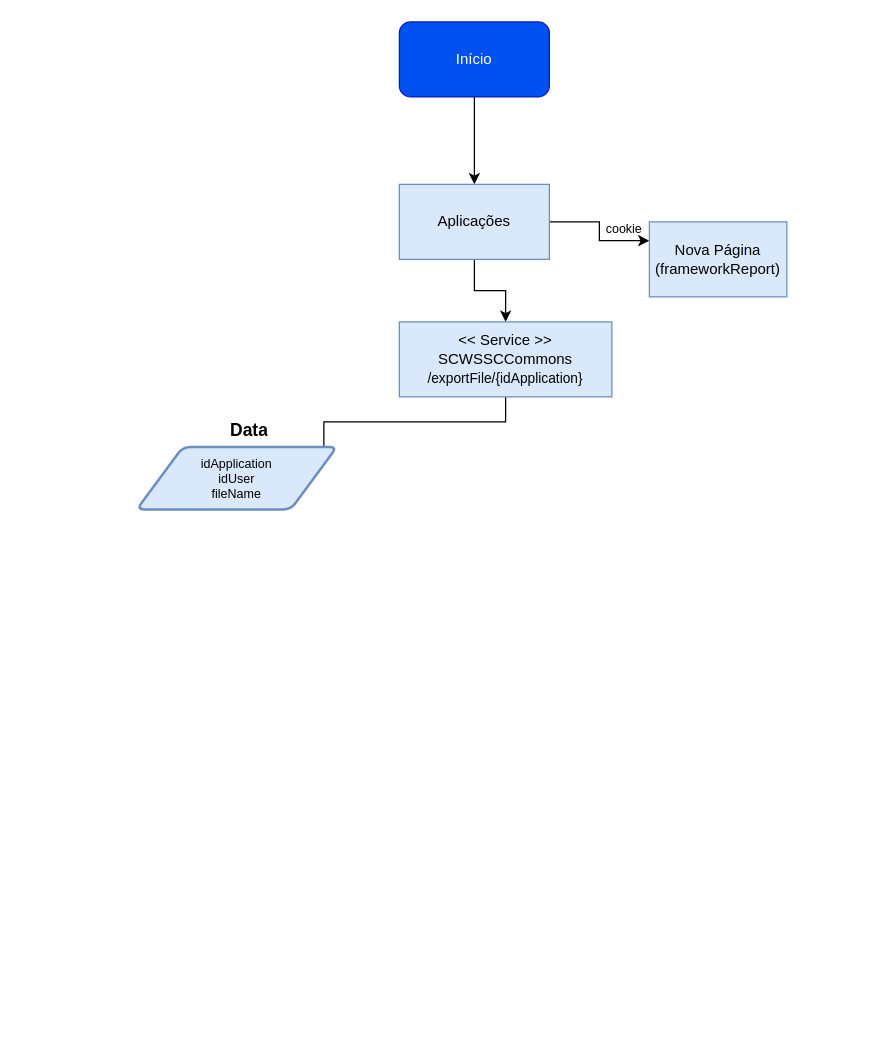
Above: Diagrama sem nome.drawio in deviniciuss/AndroidHistory (draw.io), before the change. Source tidied: cells renumbered, new cells numbered last; positions are measured from the earlier drawing's top-left corner, leaving out a move shared by most shapes. Both pictures are drawn from the tidied source at 125%, with x=0, y=0 at pixel (136, 21).
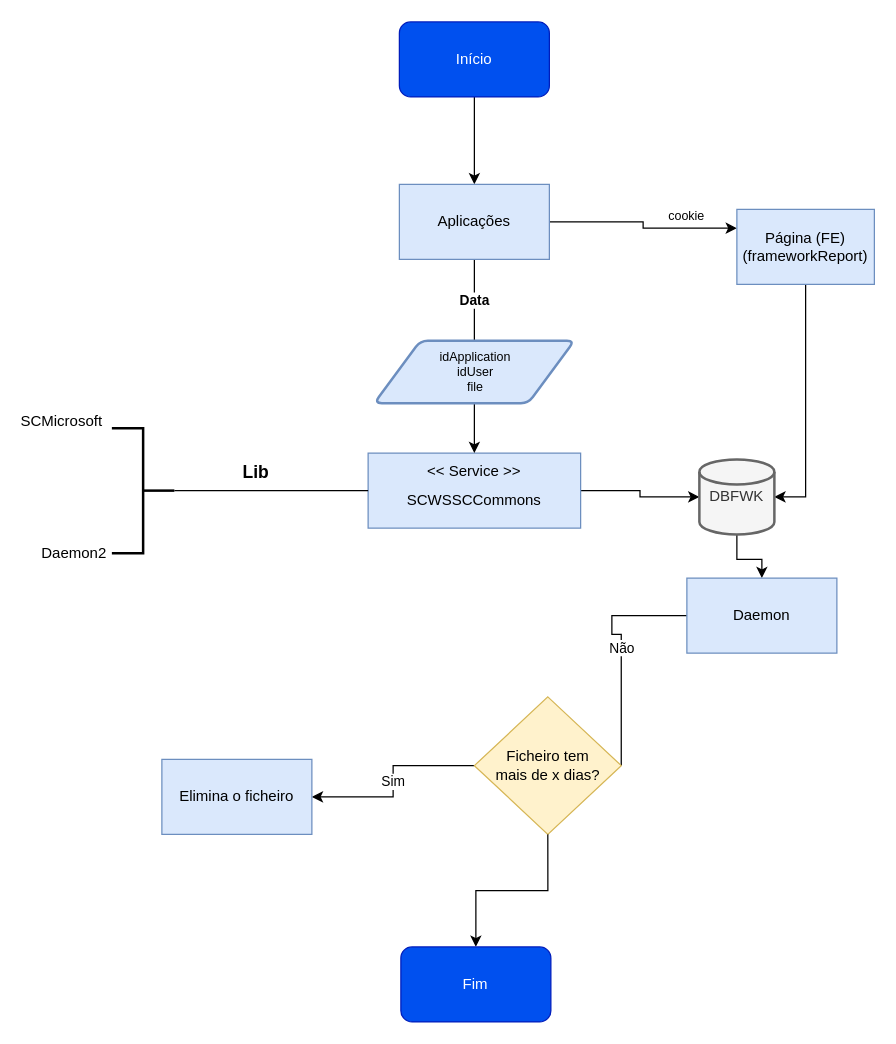
The same page after the edit.

The change refers to these unchanged cells:
```xml
<mxCell id="6" value="Aplicações&lt;br&gt;" style="rounded=0;whiteSpace=wrap;html=1;fillColor=#dae8fc;strokeColor=#6c8ebf;" parent="1" vertex="1">
  <mxGeometry x="210" y="130" width="120" height="60" as="geometry" />
</mxCell>
```

Change to the diagram source:
```diff
@@
-    <mxCell id="4" style="edgeStyle=orthogonalEdgeStyle;rounded=0;jettySize=auto;html=1;" parent="1" edge="1" source="6" target="8">
-      <mxGeometry relative="1" as="geometry" />
-    </mxCell>
@@
+    <mxCell id="14" value="&lt;b&gt;Data&lt;/b&gt;" style="edgeStyle=orthogonalEdgeStyle;rounded=0;jettySize=auto;html=1;exitX=0.5;exitY=1;exitDx=0;exitDy=0;entryX=0.5;entryY=0;entryDx=0;entryDy=0;endArrow=none;endFill=0;" parent="1" edge="1" source="6" target="9">
+      <mxGeometry relative="1" as="geometry" />
+    </mxCell>
@@
-    <mxCell id="7" style="edgeStyle=orthogonalEdgeStyle;rounded=0;jettySize=auto;html=1;exitX=0.5;exitY=1;exitDx=0;exitDy=0;entryX=1;entryY=0.25;entryDx=0;entryDy=0;" parent="1" edge="1" source="8" target="9">
-      <mxGeometry relative="1" as="geometry" />
-    </mxCell>
+    <mxCell id="15" style="edgeStyle=orthogonalEdgeStyle;rounded=0;jettySize=auto;html=1;exitX=1;exitY=0.5;exitDx=0;exitDy=0;entryX=0;entryY=0.5;entryDx=0;entryDy=0;entryPerimeter=0;" parent="1" edge="1" source="8" target="19">
+      <mxGeometry relative="1" as="geometry" />
+    </mxCell>
-    <mxCell id="8" value="&lt;br&gt;SCWSSCCommons&lt;br&gt;&lt;font style=&quot;font-size: 11px;&quot;&gt;/exportFile/{idApplication}&lt;/font&gt;" style="rounded=0;whiteSpace=wrap;html=1;fillColor=#dae8fc;strokeColor=#6c8ebf;" parent="1" vertex="1">
-      <mxGeometry x="210" y="240" width="170" height="60" as="geometry" />
+    <mxCell id="8" value="&lt;br&gt;SCWSSCCommons&lt;br&gt;" style="rounded=0;whiteSpace=wrap;html=1;fillColor=#dae8fc;strokeColor=#6c8ebf;" parent="1" vertex="1">
+      <mxGeometry x="185" y="345" width="170" height="60" as="geometry" />
     </mxCell>
+    <mxCell id="16" style="edgeStyle=orthogonalEdgeStyle;rounded=0;jettySize=auto;html=1;exitX=0.5;exitY=1;exitDx=0;exitDy=0;entryX=0.5;entryY=0;entryDx=0;entryDy=0;" parent="1" edge="1" source="9" target="10">
+      <mxGeometry relative="1" as="geometry" />
+    </mxCell>
     <mxCell id="9" style="shape=parallelogram;html=1;strokeWidth=2;perimeter=parallelogramPerimeter;whiteSpace=wrap;rounded=1;arcSize=12;size=0.23;fillColor=#dae8fc;strokeColor=#6c8ebf;" parent="1" vertex="1">
-      <mxGeometry y="340" width="160" height="50" as="geometry" />
+      <mxGeometry x="190" y="255" width="160" height="50" as="geometry" />
     </mxCell>
     <mxCell id="10" value="&amp;lt;&amp;lt; Service &amp;gt;&amp;gt;" style="text;html=1;strokeColor=none;fillColor=none;align=center;verticalAlign=middle;whiteSpace=wrap;rounded=0;" parent="1" vertex="1">
-      <mxGeometry x="255" y="240" width="80" height="30" as="geometry" />
+      <mxGeometry x="230" y="345" width="80" height="30" as="geometry" />
     </mxCell>
+    <mxCell id="17" style="edgeStyle=orthogonalEdgeStyle;rounded=0;jettySize=auto;html=1;entryX=1;entryY=0.5;entryDx=0;entryDy=0;entryPerimeter=0;" parent="1" edge="1" source="11" target="19">
+      <mxGeometry relative="1" as="geometry" />
+    </mxCell>
-    <mxCell id="11" value="Nova Página&lt;br&gt;(frameworkReport)" style="rounded=0;whiteSpace=wrap;html=1;fillColor=#dae8fc;strokeColor=#6c8ebf;" parent="1" vertex="1">
-      <mxGeometry x="410" y="160" width="110" height="60" as="geometry" />
+    <mxCell id="11" value="Página (FE)&lt;br&gt;(frameworkReport)" style="rounded=0;whiteSpace=wrap;html=1;fillColor=#dae8fc;strokeColor=#6c8ebf;" parent="1" vertex="1">
+      <mxGeometry x="480" y="150" width="110" height="60" as="geometry" />
     </mxCell>
-    <mxCell id="12" value="idApplication&lt;br style=&quot;font-size: 10px;&quot;&gt;idUser&lt;br style=&quot;font-size: 10px;&quot;&gt;fileName" style="text;html=1;align=center;verticalAlign=middle;whiteSpace=wrap;rounded=0;fontSize=10;" parent="1" vertex="1">
-      <mxGeometry x="15" y="350" width="130" height="30" as="geometry" />
+    <mxCell id="12" value="idApplication&lt;br style=&quot;font-size: 10px;&quot;&gt;idUser&lt;br style=&quot;font-size: 10px;&quot;&gt;file&lt;br&gt;" style="text;html=1;align=center;verticalAlign=middle;whiteSpace=wrap;rounded=0;fontSize=10;" parent="1" vertex="1">
+      <mxGeometry x="206.2" y="265" width="130" height="30" as="geometry" />
     </mxCell>
     <mxCell id="13" value="&lt;font style=&quot;font-size: 10px;&quot;&gt;cookie&lt;/font&gt;" style="text;html=1;strokeColor=none;fillColor=none;align=center;verticalAlign=middle;whiteSpace=wrap;rounded=0;" parent="1" vertex="1">
-      <mxGeometry x="360" y="150" width="60" height="30" as="geometry" />
+      <mxGeometry x="410" y="140" width="60" height="30" as="geometry" />
     </mxCell>
-    <mxCell id="14" value="&lt;h1 style=&quot;font-size: 14px;&quot;&gt;&lt;font style=&quot;font-size: 14px;&quot;&gt;Data&lt;/font&gt;&lt;/h1&gt;" style="text;html=1;strokeColor=none;fillColor=none;spacing=5;spacingTop=-20;whiteSpace=wrap;overflow=hidden;rounded=0;fontSize=14;" parent="1" vertex="1">
-      <mxGeometry x="70" y="320" width="40" height="15" as="geometry" />
-    </mxCell>
+    <mxCell id="18" style="edgeStyle=orthogonalEdgeStyle;rounded=0;jettySize=auto;html=1;" parent="1" edge="1" source="19" target="31">
+      <mxGeometry relative="1" as="geometry" />
+    </mxCell>
+    <mxCell id="19" value="DBFWK" style="strokeWidth=2;html=1;shape=mxgraph.flowchart.database;whiteSpace=wrap;fillColor=#f5f5f5;fontColor=#333333;strokeColor=#666666;" parent="1" vertex="1">
+      <mxGeometry x="450" y="350" width="60" height="60" as="geometry" />
+    </mxCell>
+    <mxCell id="20" style="edgeStyle=orthogonalEdgeStyle;rounded=0;jettySize=auto;html=1;exitX=0;exitY=0.5;exitDx=0;exitDy=0;exitPerimeter=0;endArrow=none;endFill=0;entryX=0;entryY=0.5;entryDx=0;entryDy=0;" parent="1" edge="1" source="21" target="8">
+      <mxGeometry relative="1" as="geometry">
+        <Array as="points">
+          <mxPoint x="30" y="375" />
+        </Array>
+      </mxGeometry>
+    </mxCell>
+    <mxCell id="21" style="strokeWidth=2;html=1;shape=mxgraph.flowchart.annotation_2;align=left;labelPosition=right;direction=west;" parent="1" vertex="1">
+      <mxGeometry x="-20" y="325" width="50" height="100" as="geometry" />
+    </mxCell>
+    <mxCell id="22" value="&lt;h1 style=&quot;font-size: 14px;&quot;&gt;&lt;font style=&quot;font-size: 14px;&quot;&gt;Lib&lt;/font&gt;&lt;/h1&gt;" style="text;html=1;strokeColor=none;fillColor=none;spacing=5;spacingTop=-20;whiteSpace=wrap;overflow=hidden;rounded=0;fontSize=14;" parent="1" vertex="1">
+      <mxGeometry x="80" y="352.5" width="40" height="15" as="geometry" />
+    </mxCell>
+    <mxCell id="23" value="SCMicrosoft" style="text;html=1;strokeColor=none;fillColor=none;align=center;verticalAlign=middle;whiteSpace=wrap;rounded=0;" parent="1" vertex="1">
+      <mxGeometry x="-90" y="305" width="60" height="30" as="geometry" />
+    </mxCell>
+    <mxCell id="24" value="Daemon2" style="text;html=1;strokeColor=none;fillColor=none;align=center;verticalAlign=middle;whiteSpace=wrap;rounded=0;" parent="1" vertex="1">
+      <mxGeometry x="-80" y="410" width="60" height="30" as="geometry" />
+    </mxCell>
+    <mxCell id="25" value="Sim" style="edgeStyle=orthogonalEdgeStyle;rounded=0;jettySize=auto;html=1;" parent="1" edge="1" source="27" target="29">
+      <mxGeometry relative="1" as="geometry" />
+    </mxCell>
+    <mxCell id="26" value="Não" style="edgeStyle=orthogonalEdgeStyle;rounded=0;jettySize=auto;html=1;exitX=1;exitY=0.5;exitDx=0;exitDy=0;endArrow=none;endFill=0;entryX=0;entryY=0.5;entryDx=0;entryDy=0;" parent="1" edge="1" source="27" target="31">
+      <mxGeometry relative="1" as="geometry">
+        <Array as="points">
+          <mxPoint x="387" y="490" />
+          <mxPoint x="380" y="490" />
+          <mxPoint x="380" y="475" />
+        </Array>
+      </mxGeometry>
+    </mxCell>
+    <mxCell id="27" value="Ficheiro tem &lt;br&gt;mais de x dias?" style="rhombus;whiteSpace=wrap;html=1;fillColor=#fff2cc;strokeColor=#d6b656;" parent="1" vertex="1">
+      <mxGeometry x="270" y="540" width="117.5" height="110" as="geometry" />
+    </mxCell>
+    <mxCell id="28" style="edgeStyle=orthogonalEdgeStyle;rounded=0;jettySize=auto;html=1;exitX=0.5;exitY=1;exitDx=0;exitDy=0;entryX=0.5;entryY=0;entryDx=0;entryDy=0;" parent="1" edge="1" source="27" target="30">
+      <mxGeometry relative="1" as="geometry" />
+    </mxCell>
+    <mxCell id="29" value="Elimina o ficheiro" style="rounded=0;whiteSpace=wrap;html=1;fillColor=#dae8fc;strokeColor=#6c8ebf;" parent="1" vertex="1">
+      <mxGeometry x="20" y="590" width="120" height="60" as="geometry" />
+    </mxCell>
+    <mxCell id="30" value="Fim&lt;br&gt;" style="rounded=1;whiteSpace=wrap;html=1;fillColor=#0050ef;fontColor=#ffffff;strokeColor=#001DBC;" parent="1" vertex="1">
+      <mxGeometry x="211.2" y="740" width="120" height="60" as="geometry" />
+    </mxCell>
+    <mxCell id="31" value="Daemon" style="rounded=0;whiteSpace=wrap;html=1;fillColor=#dae8fc;strokeColor=#6c8ebf;" parent="1" vertex="1">
+      <mxGeometry x="440" y="445" width="120" height="60" as="geometry" />
+    </mxCell>
```
